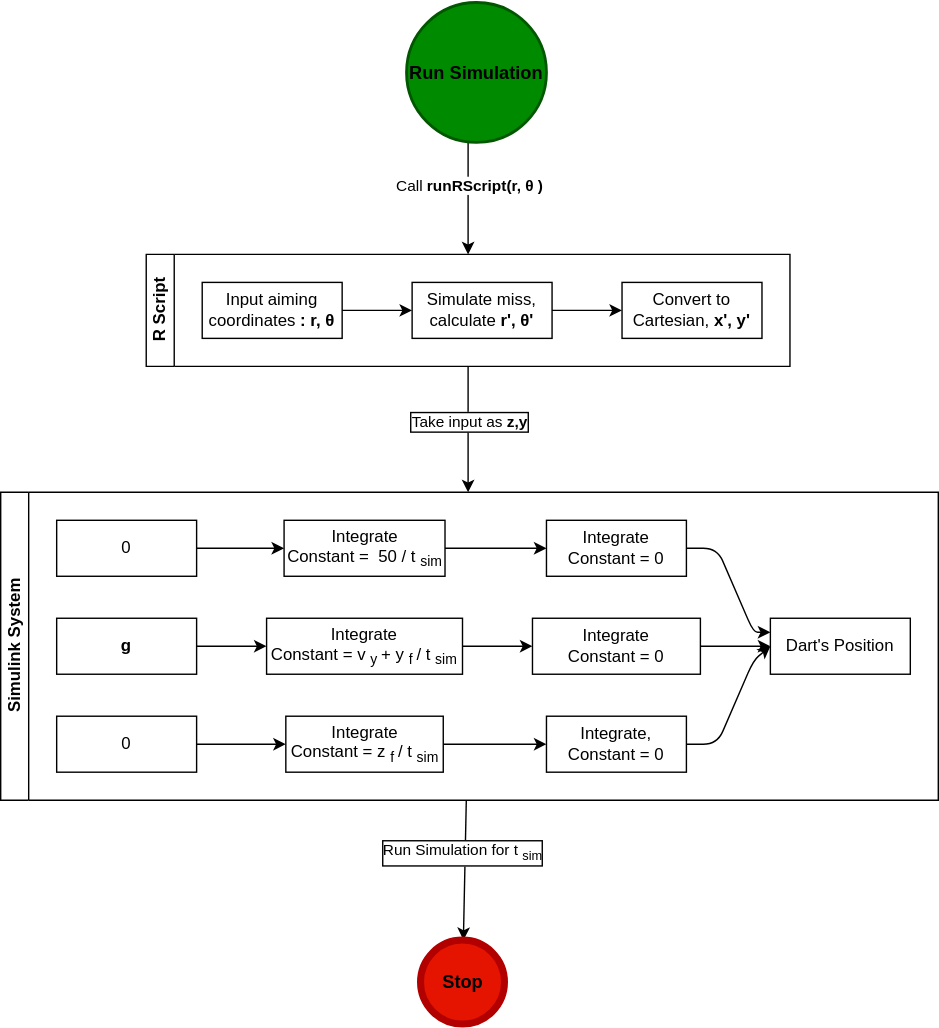
Earlier version of the draw.io export img/projFlow.drawio.svg (ojaroker/Darts). Source tidied: cells renumbered, new cells last; positions are measured from the earlier drawing's top-left corner, leaving out a move shared by most shapes.
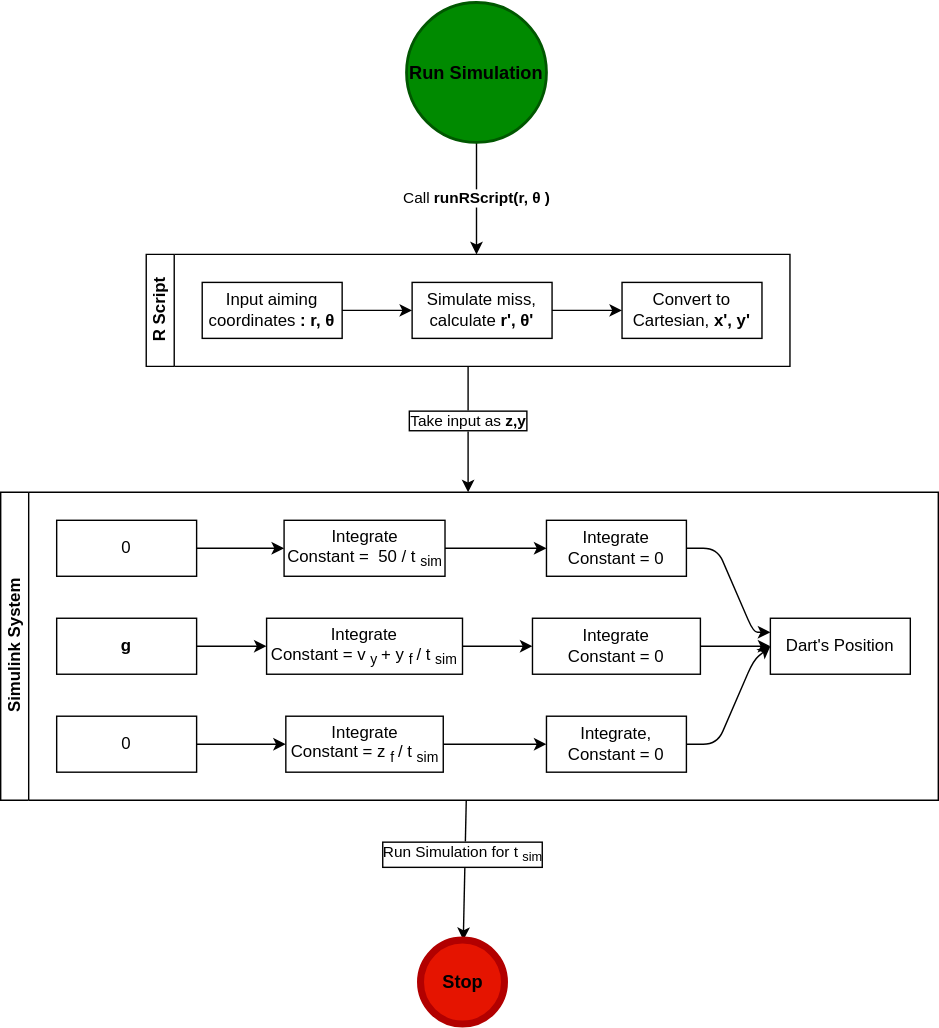
After the change.

The edit, as a diff of the source:
```diff
@@ -2,14 +2,9 @@
   <root>
     <mxCell id="0" />
     <mxCell id="1" parent="0" />
-    <mxCell id="2" style="edgeStyle=none;html=1;entryX=0.5;entryY=0;entryDx=0;entryDy=0;" parent="1" edge="1" target="7">
-      <mxGeometry relative="1" as="geometry">
-        <mxPoint x="334" y="100" as="sourcePoint" />
-      </mxGeometry>
-    </mxCell>
-    <mxCell id="3" value="&lt;span style=&quot;&quot;&gt;Call&amp;nbsp;&lt;/span&gt;&lt;b style=&quot;&quot;&gt;runRScript(r,&lt;/b&gt;&lt;span style=&quot;text-align: start;&quot;&gt;&lt;b&gt;θ&lt;/b&gt;&lt;/span&gt;&lt;b style=&quot;&quot;&gt;)&lt;/b&gt;" style="edgeLabel;html=1;align=center;verticalAlign=middle;fontColor=#000000;labelBackgroundColor=#FFFFFF;" parent="2" vertex="1">
-      <mxGeometry x="-0.35" y="-1" relative="1" as="geometry">
-        <mxPoint x="1" y="4" as="offset" />
+    <mxCell id="3" value="&lt;span style=&quot;border-color: rgb(0, 0, 0); color: rgb(0, 0, 0); font-family: Helvetica; font-size: 11px; font-style: normal; font-variant-ligatures: normal; font-variant-caps: normal; font-weight: 400; letter-spacing: normal; orphans: 2; text-align: center; text-indent: 0px; text-transform: none; widows: 2; word-spacing: 0px; -webkit-text-stroke-width: 0px; text-decoration-thickness: initial; text-decoration-style: initial; text-decoration-color: initial;&quot;&gt;Call&amp;nbsp;&lt;/span&gt;&lt;b style=&quot;border-color: rgb(0, 0, 0); color: rgb(0, 0, 0); font-family: Helvetica; font-size: 11px; font-style: normal; font-variant-ligatures: normal; font-variant-caps: normal; letter-spacing: normal; orphans: 2; text-align: center; text-indent: 0px; text-transform: none; widows: 2; word-spacing: 0px; -webkit-text-stroke-width: 0px; text-decoration-thickness: initial; text-decoration-style: initial; text-decoration-color: initial;&quot;&gt;runRScript(r,&lt;/b&gt;&lt;span style=&quot;border-color: rgb(0, 0, 0); color: rgb(0, 0, 0); font-family: Helvetica; font-size: 11px; font-style: normal; font-variant-ligatures: normal; font-variant-caps: normal; font-weight: 400; letter-spacing: normal; orphans: 2; text-indent: 0px; text-transform: none; widows: 2; word-spacing: 0px; -webkit-text-stroke-width: 0px; text-decoration-thickness: initial; text-decoration-style: initial; text-decoration-color: initial; text-align: start;&quot;&gt;&lt;b style=&quot;border-color: rgb(0, 0, 0);&quot;&gt;θ&lt;/b&gt;&lt;/span&gt;&lt;b style=&quot;border-color: rgb(0, 0, 0); color: rgb(0, 0, 0); font-family: Helvetica; font-size: 11px; font-style: normal; font-variant-ligatures: normal; font-variant-caps: normal; letter-spacing: normal; orphans: 2; text-align: center; text-indent: 0px; text-transform: none; widows: 2; word-spacing: 0px; -webkit-text-stroke-width: 0px; text-decoration-thickness: initial; text-decoration-style: initial; text-decoration-color: initial;&quot;&gt;)&lt;/b&gt;" style="edgeStyle=none;html=1;fontColor=#000000;" parent="1" edge="1" source="4">
+      <mxGeometry relative="1" as="geometry">
+        <mxPoint x="340" y="180" as="targetPoint" />
       </mxGeometry>
     </mxCell>
     <mxCell id="4" value="&lt;font size=&quot;1&quot; color=&quot;#000000&quot;&gt;&lt;b style=&quot;font-size: 13px;&quot;&gt;Run Simulation&lt;/b&gt;&lt;/font&gt;" style="strokeWidth=2;html=1;shape=mxgraph.flowchart.start_2;whiteSpace=wrap;fillColor=#008a00;fontColor=#ffffff;strokeColor=#005700;" parent="1" vertex="1">
```
